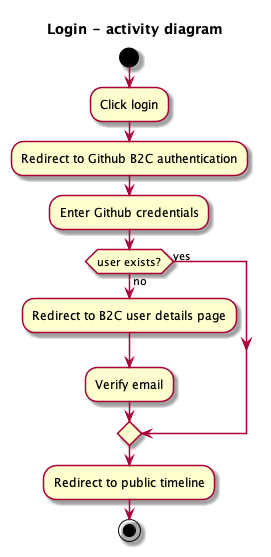
Above: docs/figures/user_activity_login.png in ITU-BDSA23-GROUP15/Chirp (PlantUML), before the change.
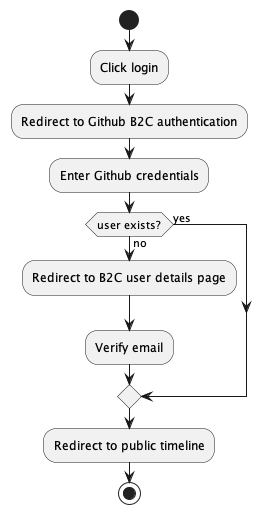
The same diagram one commit later.

Diff of the diagram source:
```diff
@@ -1,10 +1,4 @@
 @startuml user_activity_login
-
-skin rose
-
-title Login - activity diagram
-
-
 start
 :Click login;
 :Redirect to Github B2C authentication;
```
